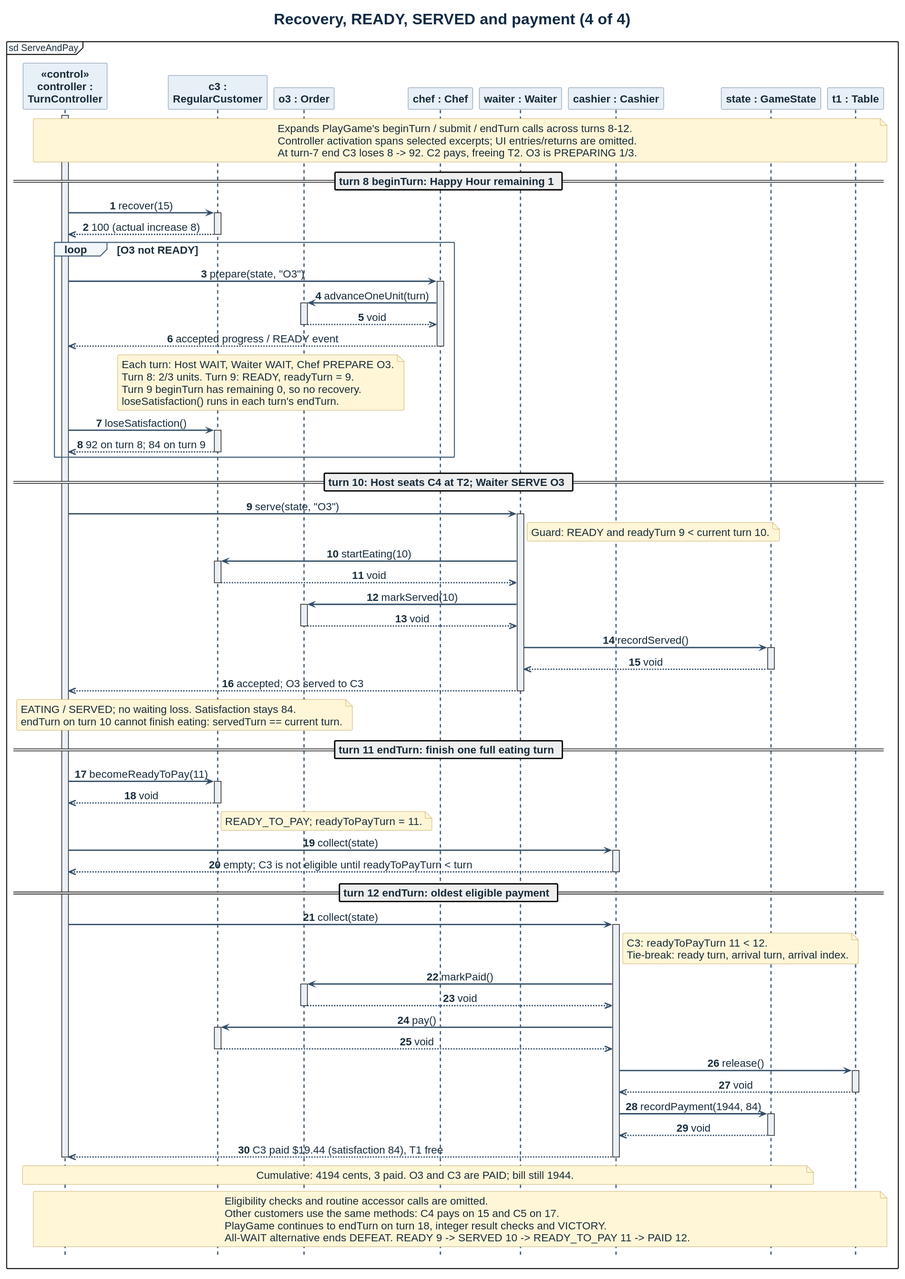
This is docs/diagrams/exports/sequence-4-service.svg from respoopu/SC2002-lab-assignment-final, a PlantUML export, as it was before one commit. Its source is kept beside it as docs/diagrams/sequence-4-service.puml.
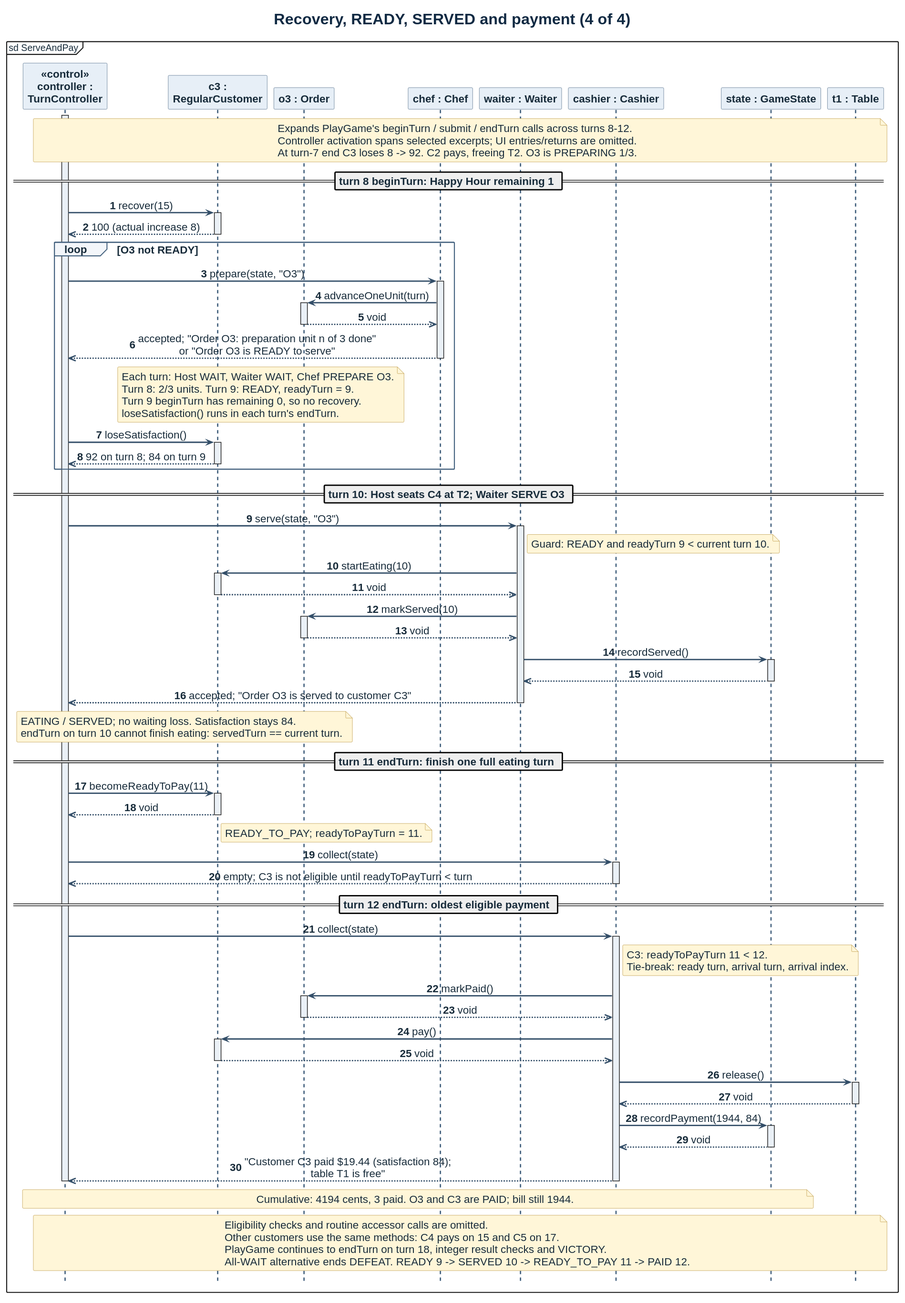
After the change.

Change to the diagram source:
```diff
@@ -25,7 +25,7 @@
   TC -> Chef ++ : prepare(state, "O3")
   Chef -> O3 ++ : advanceOneUnit(turn)
   O3 -->> Chef -- : void
-  Chef -->> TC -- : accepted progress / READY event
+  Chef -->> TC -- : accepted; "Order O3: preparation unit n of 3 done"\nor "Order O3 is READY to serve"
   note over C3, O3
     Each turn: Host WAIT, Waiter WAIT, Chef PREPARE O3.
     Turn 8: 2/3 units. Turn 9: READY, readyTurn = 9.
@@ -44,7 +44,7 @@
 O3 -->> W -- : void
 W -> S ++ : recordServed()
 S -->> W -- : void
-W -->> TC -- : accepted; O3 served to C3
+W -->> TC -- : accepted; "Order O3 is served to customer C3"
 note over TC, O3
   EATING / SERVED; no waiting loss. Satisfaction stays 84.
   endTurn on turn 10 cannot finish eating: servedTurn == current turn.
@@ -66,7 +66,7 @@
 T1 -->> Cashier -- : void
 Cashier -> S ++ : recordPayment(1944, 84)
 S -->> Cashier -- : void
-Cashier -->> TC -- : C3 paid $19.44 (satisfaction 84), T1 free
+Cashier -->> TC -- : "Customer C3 paid $19.44 (satisfaction 84);\ntable T1 is free"
 note over TC, S : Cumulative: 4194 cents, 3 paid. O3 and C3 are PAID; bill still 1944.
 note over TC, T1
   Eligibility checks and routine accessor calls are omitted.
```
